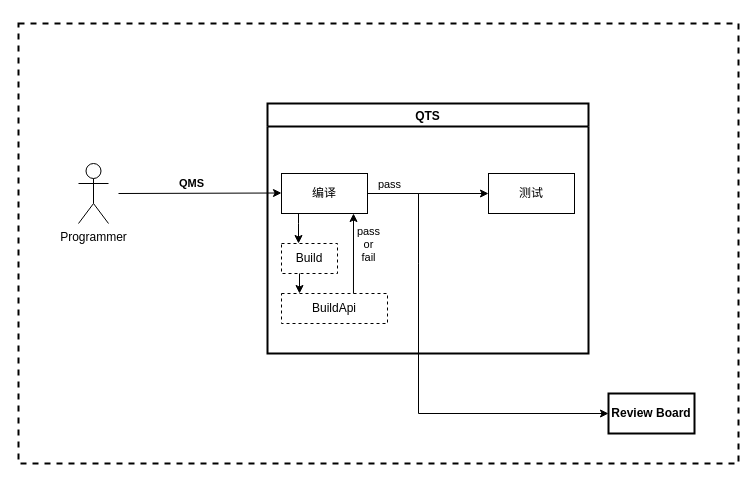
This is Untitled Diagram.drawio from YingSi163/Effy, a draw.io file, before an edit. Source tidied: cells renumbered, new cells numbered last; positions are measured from the earlier drawing's top-left corner, leaving out a move shared by most shapes. Both pictures are drawn from the tidied source at 100%, with x=0, y=0 at pixel (18, 23).
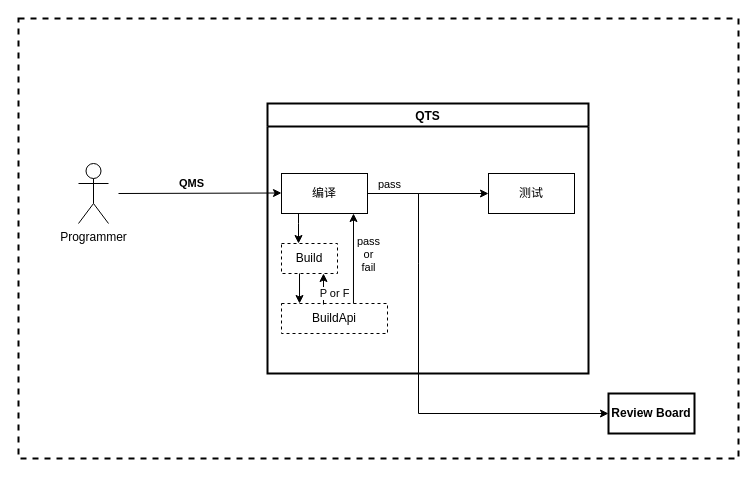
Above is the later version.

The change refers to these unchanged cells:
```xml
<mxCell id="8" value="Build" style="whiteSpace=wrap;html=1;dashed=1;" parent="4" vertex="1">
  <mxGeometry x="14" y="140" width="56" height="30" as="geometry" />
</mxCell>
<mxCell id="16" style="endArrow=classic;html=1;rounded=0;entryX=0;entryY=0.5;entryDx=0;entryDy=0;entryPerimeter=0;exitX=1;exitY=0.5;exitDx=0;exitDy=0;" parent="1" edge="1" source="6" target="15">
  <mxGeometry relative="1" as="geometry">
    <Array as="points">
      <mxPoint x="400" y="170" />
      <mxPoint x="400" y="240" />
      <mxPoint x="400" y="390" />
    </Array>
  </mxGeometry>
</mxCell>
```

Change to the diagram source:
```diff
@@
     <mxCell id="2" style="rounded=0;whiteSpace=wrap;html=1;dashed=1;strokeWidth=2;" parent="1" vertex="1">
-      <mxGeometry width="720" height="440" as="geometry" />
+      <mxGeometry y="-5" width="720" height="440" as="geometry" />
     </mxCell>
@@
     <mxCell id="4" value="QTS" style="swimlane;strokeWidth=2;" parent="1" vertex="1">
-      <mxGeometry x="249" y="80" width="321" height="250" as="geometry" />
+      <mxGeometry x="249" y="80" width="321" height="270" as="geometry" />
     </mxCell>
@@
     <mxCell id="12" value="BuildApi" style="whiteSpace=wrap;html=1;dashed=1;" parent="4" vertex="1">
-      <mxGeometry x="14" y="190" width="106" height="30" as="geometry" />
+      <mxGeometry x="14" y="200" width="106" height="30" as="geometry" />
     </mxCell>
@@
-    <mxCell id="14" style="endArrow=classic;html=1;rounded=0;" parent="4" edge="1">
+    <mxCell id="14" style="endArrow=classic;html=1;rounded=0;entryX=0.17;entryY=0;entryDx=0;entryDy=0;entryPerimeter=0;" parent="4" edge="1" target="12">
       <mxGeometry relative="1" as="geometry">
         <mxPoint x="32" y="170" as="sourcePoint" />
-        <mxPoint x="32" y="190" as="targetPoint" />
       </mxGeometry>
     </mxCell>
+    <mxCell id="19" value="P or F" style="endArrow=classic;html=1;rounded=0;entryX=0.75;entryY=1;entryDx=0;entryDy=0;exitX=0.396;exitY=0.033;exitDx=0;exitDy=0;exitPerimeter=0;" parent="4" edge="1" source="12" target="8">
+      <mxGeometry x="-0.29" y="-11" relative="1" as="geometry" />
+    </mxCell>
@@
     <mxCell id="17" value="pass&lt;br&gt;or&lt;br&gt;fail" style="edgeLabel;html=1;align=center;verticalAlign=middle;" parent="16" vertex="1">
       <mxGeometry x="-0.42" y="-3" relative="1" as="geometry">
-        <mxPoint x="-48" y="-33" as="offset" />
+        <mxPoint x="-48" y="-23" as="offset" />
       </mxGeometry>
     </mxCell>
```
